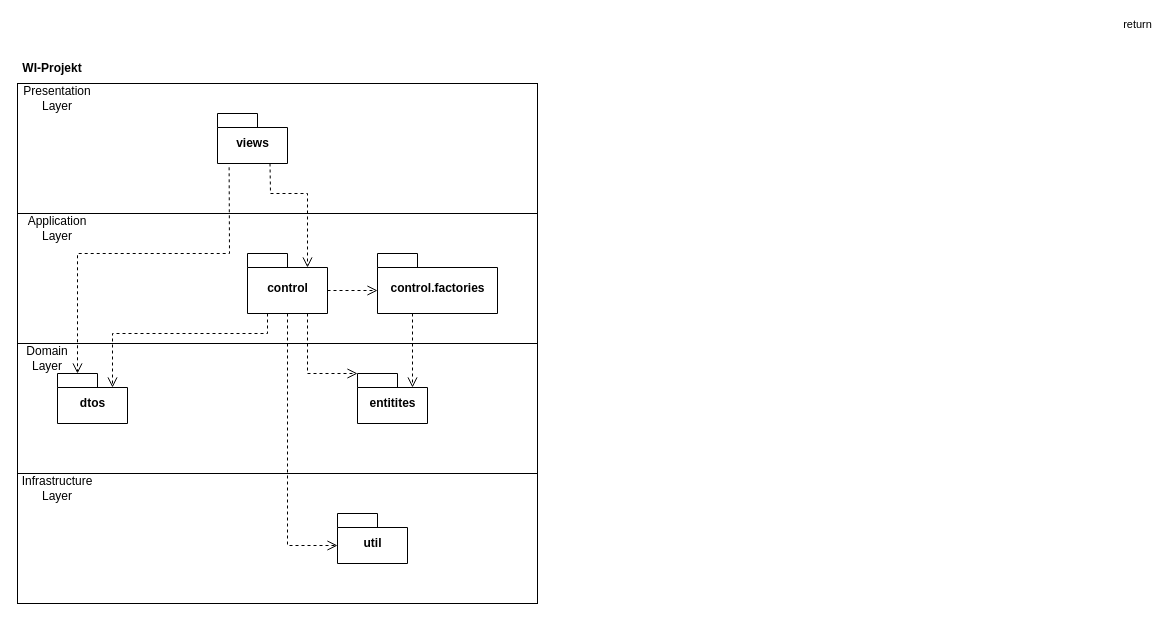
Earlier version of the draw.io diagram BausteinSicht.drawio (simonbiwer/codesSE2021). Source tidied: cells renumbered, new cells numbered last; positions are measured from the earlier drawing's top-left corner, leaving out a move shared by most shapes. Both pictures are drawn from the tidied source at 100%, with x=0, y=0 at pixel (17, 53).
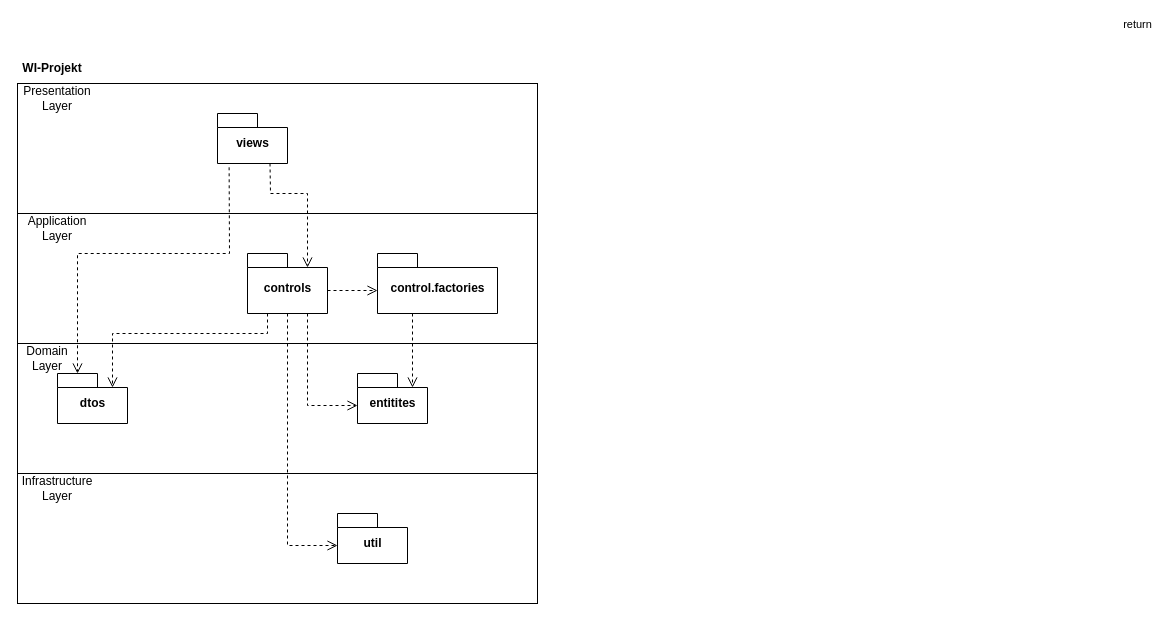
The same page after the edit.

Unchanged cells that the change refers to:
```xml
<mxCell id="8" value="entitites" style="shape=folder;fontStyle=1;spacingTop=10;tabWidth=40;tabHeight=14;tabPosition=left;html=1;" parent="1" vertex="1">
  <mxGeometry x="340" y="320" width="70" height="50" as="geometry" />
</mxCell>
```

Change to the diagram source:
```diff
@@
-    <mxCell id="6" value="control" style="shape=folder;fontStyle=1;spacingTop=10;tabWidth=40;tabHeight=14;tabPosition=left;html=1;" parent="1" vertex="1">
+    <mxCell id="6" value="controls" style="shape=folder;fontStyle=1;spacingTop=10;tabWidth=40;tabHeight=14;tabPosition=left;html=1;" parent="1" vertex="1">
       <mxGeometry x="230" y="200" width="80" height="60" as="geometry" />
     </mxCell>
@@
-    <mxCell id="21" style="html=1;verticalAlign=bottom;endArrow=open;dashed=1;endSize=8;rounded=0;exitX=0.75;exitY=1;exitDx=0;exitDy=0;exitPerimeter=0;entryX=0;entryY=0;entryDx=0;entryDy=0;entryPerimeter=0;" parent="1" edge="1" source="6" target="8">
+    <mxCell id="21" style="html=1;verticalAlign=bottom;endArrow=open;dashed=1;endSize=8;rounded=0;exitX=0.75;exitY=1;exitDx=0;exitDy=0;exitPerimeter=0;entryX=0;entryY=0;entryDx=0;entryDy=32;entryPerimeter=0;" parent="1" edge="1" source="6" target="8">
       <mxGeometry relative="1" as="geometry">
         <Array as="points">
-          <mxPoint x="290" y="320" />
+          <mxPoint x="290" y="352" />
         </Array>
       </mxGeometry>
     </mxCell>
```
